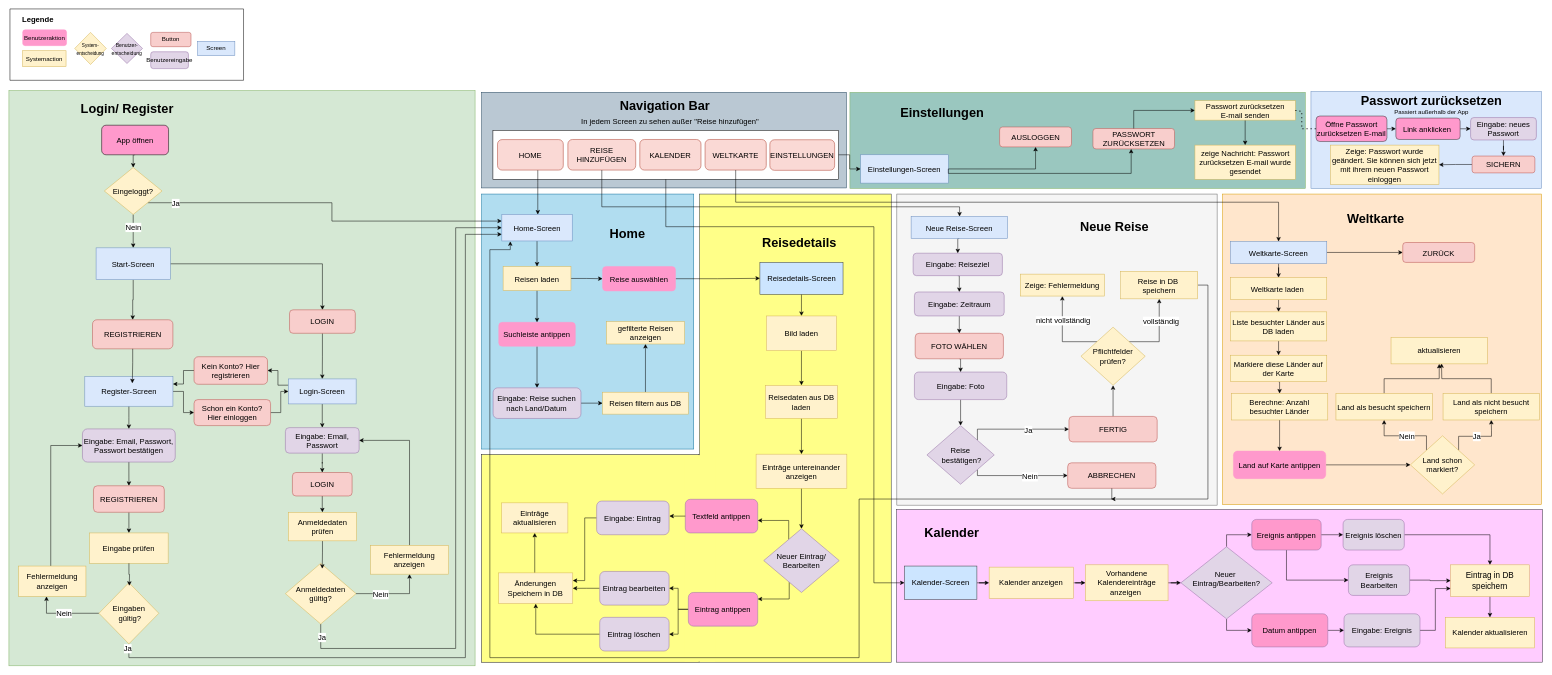
Before: MyTravels_Ablaufdiagramm.drawio in Tiberja/MyTravels, a draw.io diagram. Source tidied: cells renumbered, new cells numbered last; positions are measured from the earlier drawing's top-left corner, leaving out a move shared by most shapes. Both pictures are drawn from the tidied source at 51%, with x=0, y=0 at pixel (9, 9).
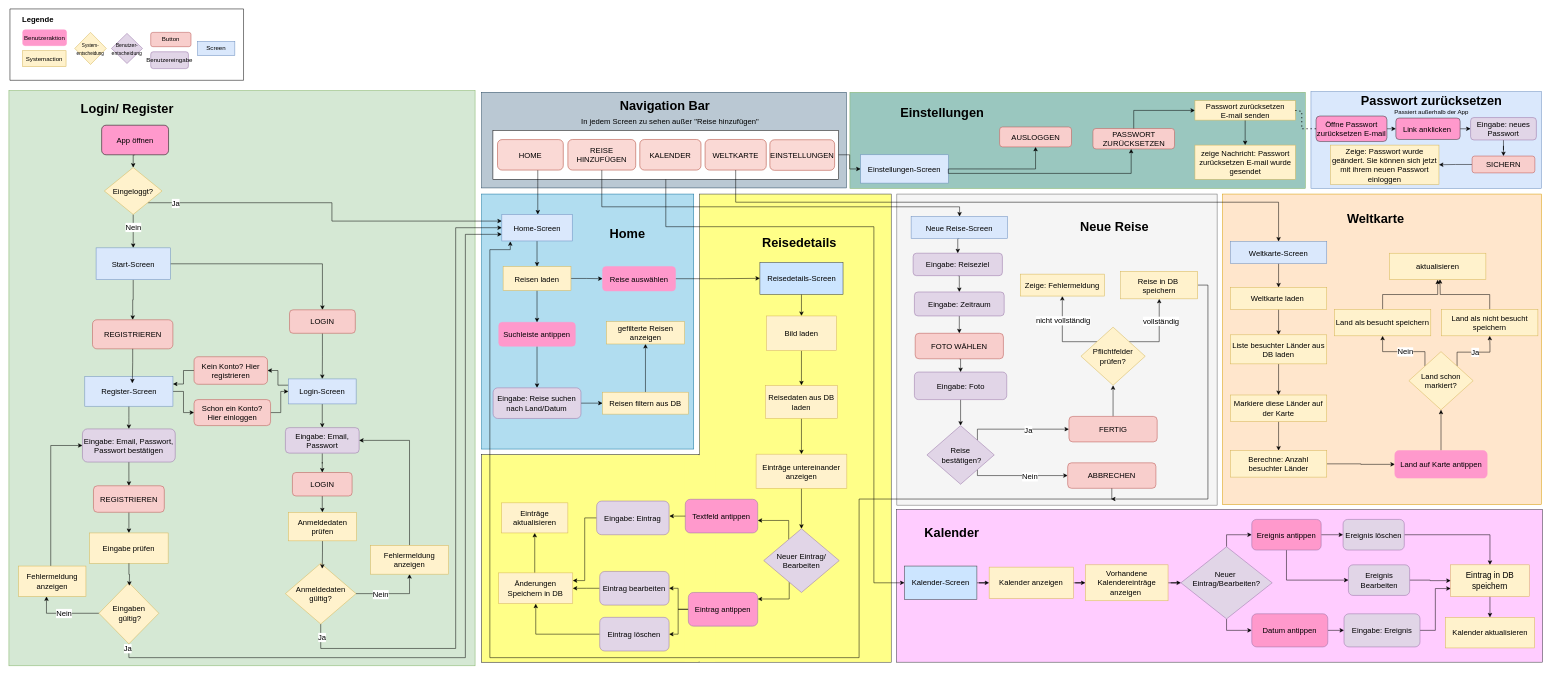
The same diagram, later.

The change refers to these unchanged cells:
```xml
<mxCell id="90" value="&lt;font style=&quot;font-size: 15px;&quot;&gt;Weltkarte-Screen&lt;/font&gt;" style="rounded=0;whiteSpace=wrap;html=1;fillColor=#dae8fc;strokeColor=#6c8ebf;" parent="1" vertex="1">
  <mxGeometry x="2395" y="456" width="189" height="43" as="geometry" />
</mxCell>
```

What changed in the source:
```diff
@@
-    <mxCell id="86" style="edgeStyle=orthogonalEdgeStyle;rounded=0;jettySize=auto;html=1;exitX=1;exitY=0.5;exitDx=0;exitDy=0;entryX=0;entryY=0.5;entryDx=0;entryDy=0;" parent="1" edge="1" source="90" target="122">
-      <mxGeometry relative="1" as="geometry" />
-    </mxCell>
@@
     <mxCell id="94" value="&lt;span style=&quot;font-size: 15px;&quot;&gt;Weltkarte laden&amp;nbsp;&lt;/span&gt;" style="rounded=0;whiteSpace=wrap;html=1;fillColor=#fff2cc;strokeColor=#d6b656;" parent="1" vertex="1">
-      <mxGeometry x="2395" y="527" width="189" height="43" as="geometry" />
+      <mxGeometry x="2395" y="546" width="189" height="43" as="geometry" />
     </mxCell>
@@
     <mxCell id="97" value="&lt;span style=&quot;font-size: 15px;&quot;&gt;Markiere diese Länder auf der Karte&lt;/span&gt;" style="rounded=0;whiteSpace=wrap;html=1;fillColor=#fff2cc;strokeColor=#d6b656;" parent="1" vertex="1">
-      <mxGeometry x="2395" y="679" width="189" height="52" as="geometry" />
+      <mxGeometry x="2395" y="757" width="189" height="52" as="geometry" />
     </mxCell>
@@
-    <mxCell id="99" style="edgeStyle=orthogonalEdgeStyle;rounded=0;jettySize=auto;html=1;exitX=0.5;exitY=1;exitDx=0;exitDy=0;entryX=0.5;entryY=0;entryDx=0;entryDy=0;" parent="1" edge="1" source="102" target="110">
-      <mxGeometry relative="1" as="geometry" />
-    </mxCell>
@@
+    <mxCell id="99" style="edgeStyle=orthogonalEdgeStyle;rounded=0;jettySize=auto;html=1;exitX=1;exitY=0.5;exitDx=0;exitDy=0;entryX=0;entryY=0.5;entryDx=0;entryDy=0;" parent="1" edge="1" source="102" target="110">
+      <mxGeometry relative="1" as="geometry" />
+    </mxCell>
     <mxCell id="102" value="&lt;span style=&quot;font-size: 15px;&quot;&gt;Berechne: Anzahl besuchter&lt;/span&gt;&lt;span style=&quot;font-size: 15px;&quot;&gt;&amp;nbsp;Länder&lt;/span&gt;" style="rounded=0;whiteSpace=wrap;html=1;fillColor=#fff2cc;strokeColor=#d6b656;" parent="1" vertex="1">
-      <mxGeometry x="2397" y="754" width="189" height="52" as="geometry" />
+      <mxGeometry x="2395" y="866" width="189" height="52" as="geometry" />
     </mxCell>
@@
     <mxCell id="106" value="&lt;span style=&quot;font-size: 15px;&quot;&gt;Liste besuchter Länder aus DB laden&lt;/span&gt;" style="rounded=0;whiteSpace=wrap;html=1;fillColor=#fff2cc;strokeColor=#d6b656;" parent="1" vertex="1">
-      <mxGeometry x="2395" y="594" width="189" height="57" as="geometry" />
+      <mxGeometry x="2395" y="639" width="189" height="57" as="geometry" />
     </mxCell>
@@
+    <mxCell id="109" value="&lt;font style=&quot;font-size: 15px;&quot;&gt;REISE HINZUFÜGEN&lt;/font&gt;" style="rounded=1;whiteSpace=wrap;html=1;fillColor=#fad9d5;strokeColor=#ae4132;" parent="1" vertex="1">
+      <mxGeometry x="1096" y="256" width="133" height="60" as="geometry" />
+    </mxCell>
-    <mxCell id="108" style="edgeStyle=orthogonalEdgeStyle;rounded=0;jettySize=auto;html=1;exitX=1;exitY=0.5;exitDx=0;exitDy=0;entryX=0;entryY=0.5;entryDx=0;entryDy=0;" parent="1" edge="1" source="110" target="117">
+    <mxCell id="108" style="edgeStyle=orthogonalEdgeStyle;rounded=0;jettySize=auto;html=1;exitX=0.5;exitY=0;exitDx=0;exitDy=0;entryX=0.5;entryY=1;entryDx=0;entryDy=0;" parent="1" edge="1" source="110" target="117">
       <mxGeometry relative="1" as="geometry" />
     </mxCell>
-    <mxCell id="109" value="&lt;font style=&quot;font-size: 15px;&quot;&gt;REISE HINZUFÜGEN&lt;/font&gt;" style="rounded=1;whiteSpace=wrap;html=1;fillColor=#fad9d5;strokeColor=#ae4132;" parent="1" vertex="1">
-      <mxGeometry x="1096" y="256" width="133" height="60" as="geometry" />
-    </mxCell>
     <mxCell id="110" value="&lt;font style=&quot;font-size: 15px;&quot;&gt;Land auf Karte antippen&lt;/font&gt;" style="rounded=1;whiteSpace=wrap;html=1;strokeColor=#FF99CC;fillColor=#FF99CC;" parent="1" vertex="1">
-      <mxGeometry x="2401" y="867" width="181" height="54" as="geometry" />
+      <mxGeometry x="2717.5" y="866" width="181" height="54" as="geometry" />
     </mxCell>
@@
     <mxCell id="112" style="edgeStyle=orthogonalEdgeStyle;rounded=0;jettySize=auto;html=1;exitX=0;exitY=0;exitDx=0;exitDy=0;entryX=0.5;entryY=1;entryDx=0;entryDy=0;" parent="1" edge="1" source="117" target="119">
       <mxGeometry relative="1" as="geometry">
         <Array as="points">
-          <mxPoint x="2780" y="837" />
-          <mxPoint x="2697" y="837" />
+          <mxPoint x="2777" y="672" />
+          <mxPoint x="2694" y="672" />
         </Array>
       </mxGeometry>
     </mxCell>
@@
     <mxCell id="115" style="edgeStyle=orthogonalEdgeStyle;rounded=0;jettySize=auto;html=1;exitX=1;exitY=0;exitDx=0;exitDy=0;entryX=0.5;entryY=1;entryDx=0;entryDy=0;" parent="1" edge="1" source="117" target="121">
       <mxGeometry relative="1" as="geometry">
         <Array as="points">
-          <mxPoint x="2843" y="838" />
-          <mxPoint x="2907" y="838" />
-          <mxPoint x="2907" y="826" />
+          <mxPoint x="2840" y="673" />
+          <mxPoint x="2904" y="673" />
+          <mxPoint x="2904" y="661" />
         </Array>
       </mxGeometry>
     </mxCell>
@@
     <mxCell id="117" value="&lt;font style=&quot;font-size: 15px;&quot;&gt;Land schon markiert?&lt;/font&gt;" style="rhombus;whiteSpace=wrap;html=1;fillColor=#fff2cc;strokeColor=#d6b656;" parent="1" vertex="1">
-      <mxGeometry x="2748" y="837" width="126" height="114" as="geometry" />
+      <mxGeometry x="2745" y="672" width="126" height="114" as="geometry" />
     </mxCell>
@@
     <mxCell id="119" value="&lt;span style=&quot;font-size: 15px;&quot;&gt;Land als besucht speichern&lt;/span&gt;" style="rounded=0;whiteSpace=wrap;html=1;fillColor=#fff2cc;strokeColor=#d6b656;" parent="1" vertex="1">
-      <mxGeometry x="2602" y="754" width="189" height="52" as="geometry" />
+      <mxGeometry x="2599" y="589" width="189" height="52" as="geometry" />
     </mxCell>
     <mxCell id="120" style="edgeStyle=orthogonalEdgeStyle;rounded=0;jettySize=auto;html=1;exitX=0.5;exitY=0;exitDx=0;exitDy=0;" parent="1" edge="1" source="121">
       <mxGeometry relative="1" as="geometry">
-        <mxPoint x="2809" y="695" as="targetPoint" />
+        <mxPoint x="2806" y="530" as="targetPoint" />
       </mxGeometry>
     </mxCell>
     <mxCell id="121" value="&lt;span style=&quot;font-size: 15px;&quot;&gt;Land als nicht besucht speichern&lt;/span&gt;" style="rounded=0;whiteSpace=wrap;html=1;fillColor=#fff2cc;strokeColor=#d6b656;" parent="1" vertex="1">
-      <mxGeometry x="2812" y="754" width="189" height="52" as="geometry" />
+      <mxGeometry x="2809" y="589" width="189" height="52" as="geometry" />
     </mxCell>
-    <mxCell id="122" value="&lt;span style=&quot;font-size: 15px;&quot;&gt;ZURÜCK&lt;/span&gt;" style="rounded=1;whiteSpace=wrap;html=1;fillColor=#f8cecc;strokeColor=#b85450;" parent="1" vertex="1">
-      <mxGeometry x="2733" y="458" width="141" height="39" as="geometry" />
-    </mxCell>
     <mxCell id="123" value="&lt;span style=&quot;font-size: 15px;&quot;&gt;aktualisieren&lt;/span&gt;" style="rounded=0;whiteSpace=wrap;html=1;fillColor=#fff2cc;strokeColor=#d6b656;" parent="1" vertex="1">
-      <mxGeometry x="2710" y="644" width="189" height="52" as="geometry" />
+      <mxGeometry x="2707" y="479" width="189" height="52" as="geometry" />
     </mxCell>
```
